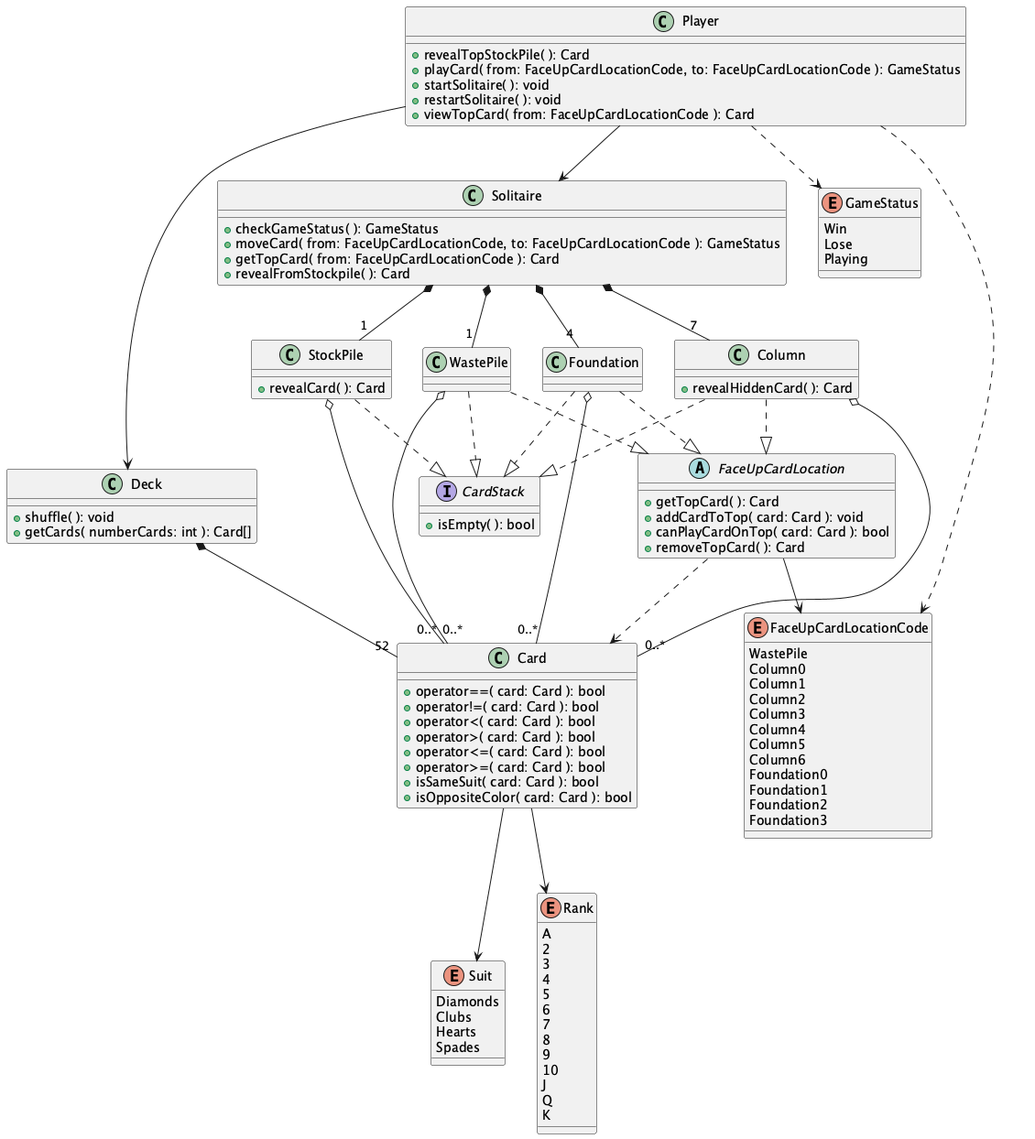
This is docs/class_diagram.png from CamilaAlvarez/Solitaire-X11, a PlantUML export, as it was before one commit. Source of this version:
```plantuml
@startuml

abstract class FaceUpCardLocation {
	+ getTopCard( ): Card
	+ addCardToTop( card: Card ): void
	+ canPlayCardOnTop( card: Card ): bool
	+ removeTopCard( ): Card
}
interface CardStack {
	+ isEmpty( ): bool
}
class Player {
	+ revealTopStockPile( ): Card
	+ playCard( from: FaceUpCardLocationCode, to: FaceUpCardLocationCode ): GameStatus
	+ startSolitaire( ): void
	+ restartSolitaire( ): void
	+ viewTopCard( from: FaceUpCardLocationCode ): Card
}
class Deck {
	+ shuffle( ): void
	+ getCards( numberCards: int ): Card[]
}
class Card {
	+ operator==( card: Card ): bool
	+ operator!=( card: Card ): bool
	+ operator<( card: Card ): bool
	+ operator>( card: Card ): bool
	+ operator<=( card: Card ): bool
	+ operator>=( card: Card ): bool
	+ isSameSuit( card: Card ): bool
	+ isOppositeColor( card: Card ): bool
}
class Solitaire {
	+ checkGameStatus( ): GameStatus
	+ moveCard( from: FaceUpCardLocationCode, to: FaceUpCardLocationCode ): GameStatus
	+ getTopCard( from: FaceUpCardLocationCode ): Card
	+ revealFromStockpile( ): Card
}
class StockPile {
	+ revealCard( ): Card
}
class WastePile
class Foundation
class Column {
	+ revealHiddenCard( ): Card
}

Player --> Deck
Player --> Solitaire
Player ..> GameStatus
Player ..> FaceUpCardLocationCode

Deck *-- "52" Card
WastePile o-- "0..*" Card
StockPile o-- "0..*"  Card
Foundation o-- "0..*" Card
Column o-- "0..*" Card

Card --> Suit
Card --> Rank

Solitaire *-- "4" Foundation
Solitaire *-- "7" Column
Solitaire *-- "1" StockPile
Solitaire *-- "1" WastePile


Foundation ..|> FaceUpCardLocation
Column ..|> FaceUpCardLocation
WastePile ..|> FaceUpCardLocation
FaceUpCardLocation --> FaceUpCardLocationCode
FaceUpCardLocation ..> Card

Foundation ..|> CardStack
Column ..|> CardStack
StockPile ..|> CardStack
WastePile ..|> CardStack

enum Suit {
	Diamonds
	Clubs
	Hearts
	Spades
}
enum Rank {
	A
	2
	3
	4
	5
	6
	7
	8
	9
	10
	J
	Q
	K
}
enum GameStatus {
	Win
	Lose
	Playing
}

enum FaceUpCardLocationCode {
	WastePile
	Column0
	Column1
	Column2
	Column3
	Column4
	Column5
	Column6
	Foundation0
	Foundation1
	Foundation2
	Foundation3
}


@enduml
```
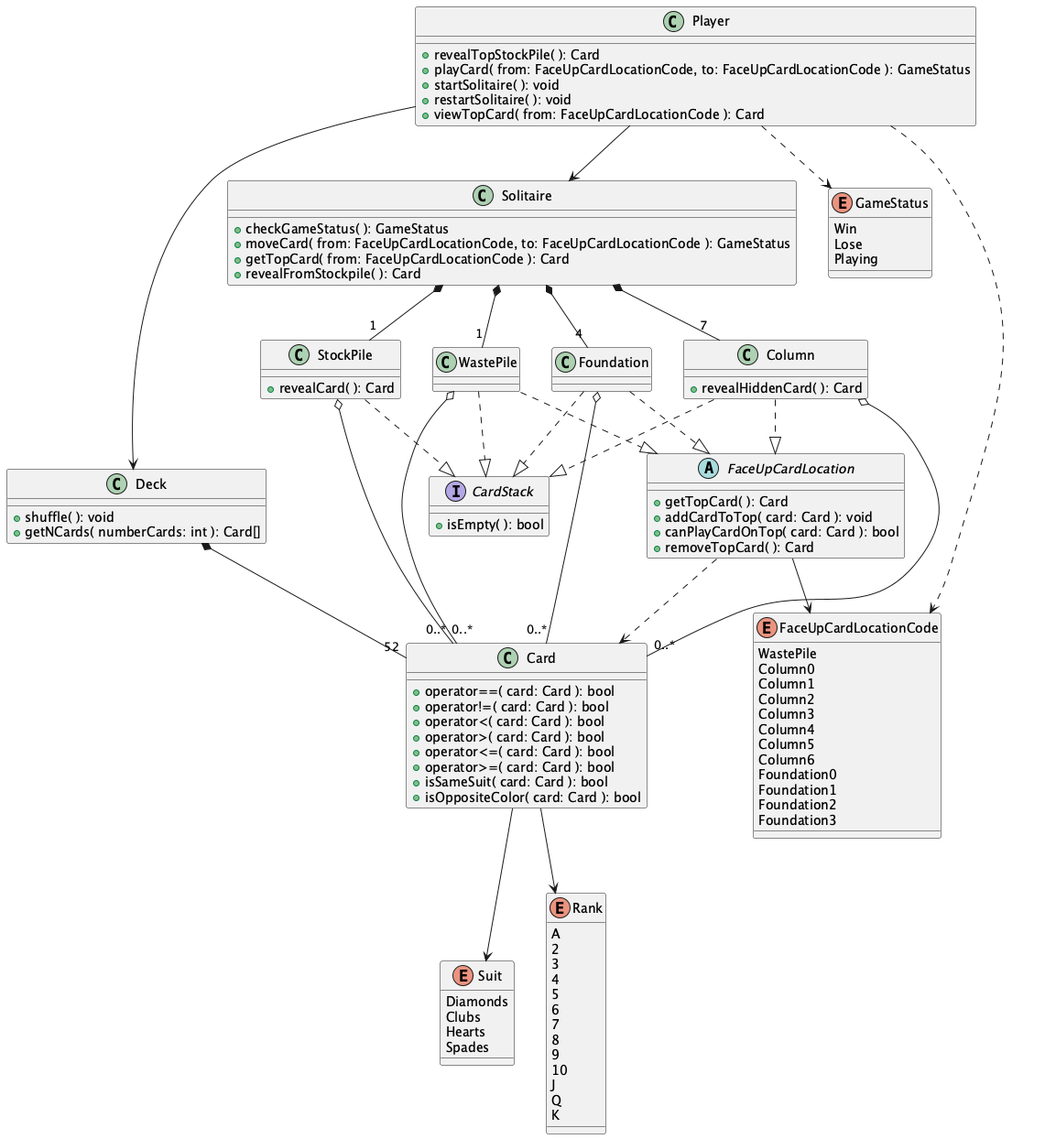
The same diagram one commit later.

Commit message:
Implemented the Card class

Diff of the diagram source:
```diff
@@ -18,7 +18,7 @@
 }
 class Deck {
 	+ shuffle( ): void
-	+ getCards( numberCards: int ): Card[]
+	+ getNCards( numberCards: int ): Card[]
 }
 class Card {
 	+ operator==( card: Card ): bool
```
